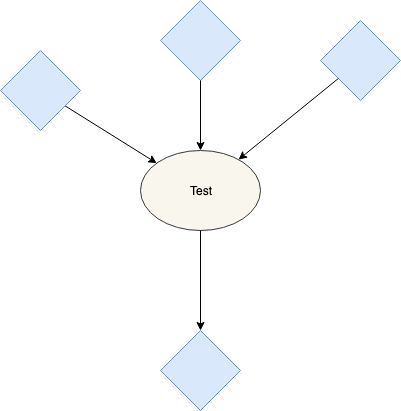
Before: Untitled Diagram.png, a diagram exported from draw.io (alderg/sandbox). Source tidied: cells renumbered, new cells last; positions are measured from the earlier drawing's top-left corner, leaving out a move shared by most shapes.
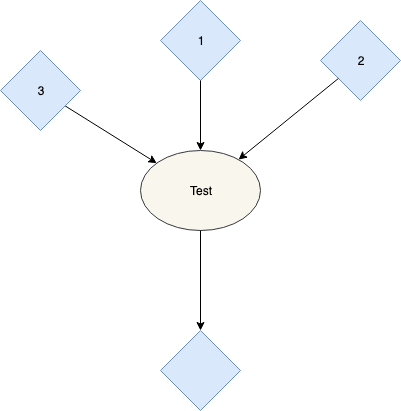
After the commit.

What changed in the source:
```diff
@@ -5,7 +5,7 @@
     <mxCell id="2" style="edgeStyle=none;rounded=0;jumpStyle=arc;jumpSize=6;html=1;labelBackgroundColor=none;jettySize=auto;fontSize=12;" parent="1" edge="1" source="3" target="4">
       <mxGeometry relative="1" as="geometry" />
     </mxCell>
-    <mxCell id="3" style="rhombus;whiteSpace=wrap;html=1;fillColor=#dae8fc;strokeColor=#6c8ebf;" parent="1" vertex="1">
+    <mxCell id="3" value="3" style="rhombus;whiteSpace=wrap;html=1;fillColor=#dae8fc;strokeColor=#6c8ebf;" parent="1" vertex="1">
       <mxGeometry y="50" width="80" height="80" as="geometry" />
     </mxCell>
     <mxCell id="4" value="Test" style="ellipse;whiteSpace=wrap;html=1;fillColor=#f9f7ed;strokeColor=#36393d;" parent="1" vertex="1">
@@ -14,13 +14,13 @@
     <mxCell id="5" style="rhombus;whiteSpace=wrap;html=1;fillColor=#dae8fc;strokeColor=#6c8ebf;" parent="1" vertex="1">
       <mxGeometry x="160" y="330" width="80" height="80" as="geometry" />
     </mxCell>
-    <mxCell id="6" style="rhombus;whiteSpace=wrap;html=1;fillColor=#dae8fc;strokeColor=#6c8ebf;" parent="1" vertex="1">
+    <mxCell id="6" value="1" style="rhombus;whiteSpace=wrap;html=1;fillColor=#dae8fc;strokeColor=#6c8ebf;" parent="1" vertex="1">
       <mxGeometry x="160" width="80" height="80" as="geometry" />
     </mxCell>
     <mxCell id="7" style="edgeStyle=none;rounded=0;jumpStyle=arc;jumpSize=6;html=1;labelBackgroundColor=none;jettySize=auto;fontSize=12;" parent="1" edge="1" source="4" target="5">
       <mxGeometry relative="1" as="geometry" />
     </mxCell>
-    <mxCell id="8" style="rhombus;whiteSpace=wrap;html=1;fillColor=#dae8fc;strokeColor=#6c8ebf;" parent="1" vertex="1">
+    <mxCell id="8" value="2" style="rhombus;whiteSpace=wrap;html=1;fillColor=#dae8fc;strokeColor=#6c8ebf;" parent="1" vertex="1">
       <mxGeometry x="320" y="20" width="80" height="80" as="geometry" />
     </mxCell>
     <mxCell id="9" style="edgeStyle=none;rounded=0;jumpStyle=arc;jumpSize=6;html=1;labelBackgroundColor=none;jettySize=auto;fontSize=12;" parent="1" edge="1" source="6" target="4">
```
